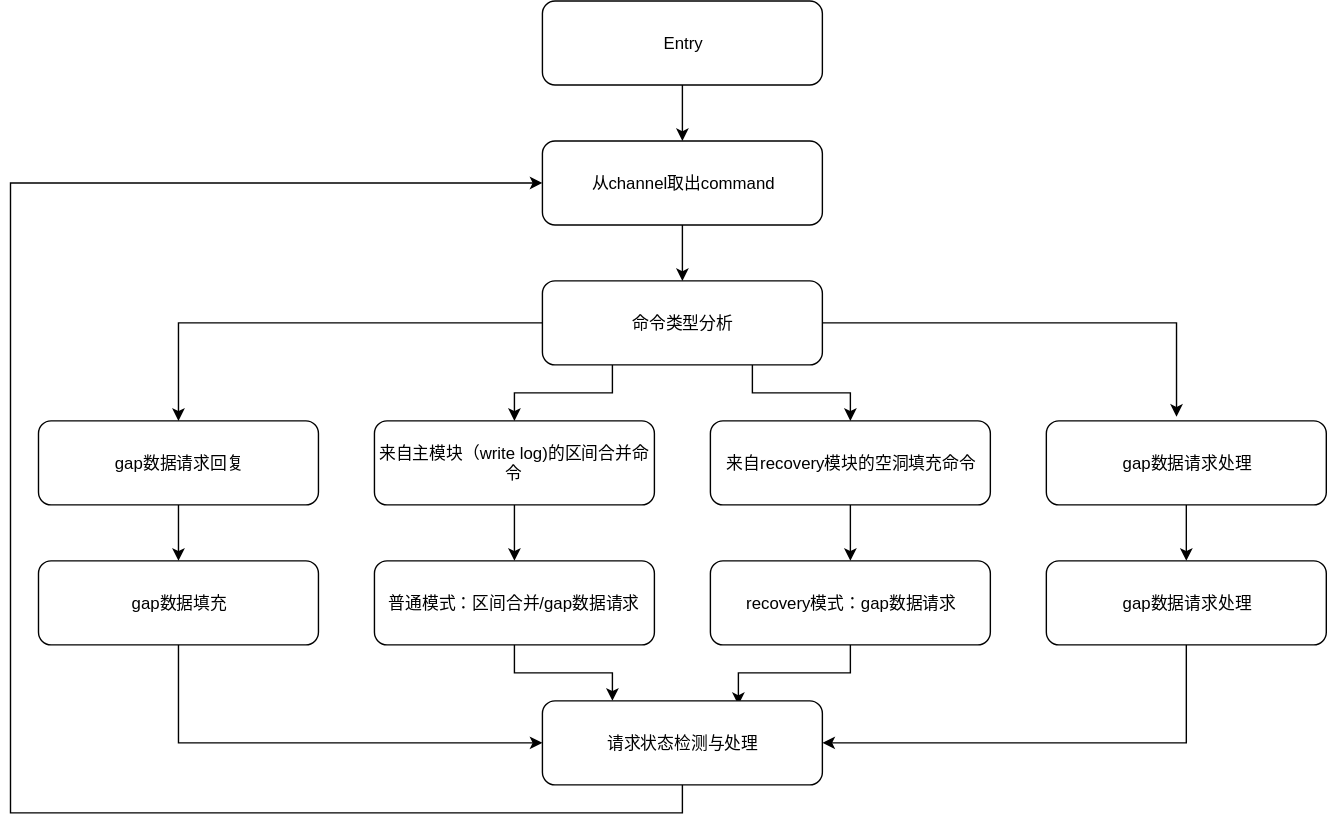
This is attachments/1629356917623.drawio.svg from simbahebinbo/smallfat.github.io, a draw.io export, as it was before one commit. Source tidied: cells renumbered, new cells last; positions are measured from the earlier drawing's top-left corner, leaving out a move shared by most shapes. Its diagram source:
```xml
<mxGraphModel>
  <root>
    <mxCell id="0" />
    <mxCell id="1" parent="0" />
    <mxCell id="2" style="edgeStyle=orthogonalEdgeStyle;rounded=0;jettySize=auto;html=1;" parent="1" edge="1" source="3" target="28">
      <mxGeometry relative="1" as="geometry" />
    </mxCell>
    <mxCell id="3" value="从channel取出command" style="rounded=1;whiteSpace=wrap;html=1;" parent="1" vertex="1">
      <mxGeometry x="380" y="100" width="200" height="60" as="geometry" />
    </mxCell>
    <mxCell id="4" style="edgeStyle=orthogonalEdgeStyle;rounded=0;jettySize=auto;html=1;" parent="1" edge="1" source="5" target="15">
      <mxGeometry relative="1" as="geometry" />
    </mxCell>
    <mxCell id="5" value="gap数据请求回复" style="rounded=1;whiteSpace=wrap;html=1;" parent="1" vertex="1">
      <mxGeometry x="20" y="300" width="200" height="60" as="geometry" />
    </mxCell>
    <mxCell id="6" style="edgeStyle=orthogonalEdgeStyle;rounded=0;jettySize=auto;html=1;" parent="1" edge="1" source="7" target="17">
      <mxGeometry relative="1" as="geometry" />
    </mxCell>
    <mxCell id="7" value="来自主模块（write log)的区间合并命令" style="rounded=1;whiteSpace=wrap;html=1;" parent="1" vertex="1">
      <mxGeometry x="260" y="300" width="200" height="60" as="geometry" />
    </mxCell>
    <mxCell id="8" style="edgeStyle=orthogonalEdgeStyle;rounded=0;jettySize=auto;html=1;" parent="1" edge="1" source="9" target="19">
      <mxGeometry relative="1" as="geometry" />
    </mxCell>
    <mxCell id="9" value="来自recovery模块的空洞填充命令" style="rounded=1;whiteSpace=wrap;html=1;" parent="1" vertex="1">
      <mxGeometry x="500" y="300" width="200" height="60" as="geometry" />
    </mxCell>
    <mxCell id="10" style="edgeStyle=orthogonalEdgeStyle;rounded=0;jettySize=auto;html=1;" parent="1" edge="1" source="11" target="21">
      <mxGeometry relative="1" as="geometry" />
    </mxCell>
    <mxCell id="11" value="gap数据请求处理" style="rounded=1;whiteSpace=wrap;html=1;" parent="1" vertex="1">
      <mxGeometry x="740" y="300" width="200" height="60" as="geometry" />
    </mxCell>
    <mxCell id="12" style="edgeStyle=orthogonalEdgeStyle;rounded=0;jettySize=auto;html=1;" parent="1" edge="1" source="13" target="3">
      <mxGeometry relative="1" as="geometry" />
    </mxCell>
    <mxCell id="13" value="Entry" style="rounded=1;whiteSpace=wrap;html=1;" parent="1" vertex="1">
      <mxGeometry x="380" width="200" height="60" as="geometry" />
    </mxCell>
    <mxCell id="14" style="edgeStyle=orthogonalEdgeStyle;rounded=0;jettySize=auto;html=1;entryX=0;entryY=0.5;entryDx=0;entryDy=0;" parent="1" edge="1" source="15" target="23">
      <mxGeometry relative="1" as="geometry">
        <Array as="points">
          <mxPoint x="120" y="530" />
        </Array>
      </mxGeometry>
    </mxCell>
    <mxCell id="15" value="gap数据填充" style="rounded=1;whiteSpace=wrap;html=1;" parent="1" vertex="1">
      <mxGeometry x="20" y="400" width="200" height="60" as="geometry" />
    </mxCell>
    <mxCell id="16" style="edgeStyle=orthogonalEdgeStyle;rounded=0;jettySize=auto;html=1;exitX=0.5;exitY=1;exitDx=0;exitDy=0;entryX=0.25;entryY=0;entryDx=0;entryDy=0;" parent="1" edge="1" source="17" target="23">
      <mxGeometry relative="1" as="geometry" />
    </mxCell>
    <mxCell id="17" value="普通模式：区间合并/gap数据请求" style="rounded=1;whiteSpace=wrap;html=1;" parent="1" vertex="1">
      <mxGeometry x="260" y="400" width="200" height="60" as="geometry" />
    </mxCell>
    <mxCell id="18" style="edgeStyle=orthogonalEdgeStyle;rounded=0;jettySize=auto;html=1;exitX=0.5;exitY=1;exitDx=0;exitDy=0;entryX=0.7;entryY=0.05;entryDx=0;entryDy=0;entryPerimeter=0;" parent="1" edge="1" source="19" target="23">
      <mxGeometry relative="1" as="geometry" />
    </mxCell>
    <mxCell id="19" value="recovery模式：gap数据请求" style="rounded=1;whiteSpace=wrap;html=1;" parent="1" vertex="1">
      <mxGeometry x="500" y="400" width="200" height="60" as="geometry" />
    </mxCell>
    <mxCell id="20" style="edgeStyle=orthogonalEdgeStyle;rounded=0;jettySize=auto;html=1;exitX=0.5;exitY=1;exitDx=0;exitDy=0;entryX=1;entryY=0.5;entryDx=0;entryDy=0;" parent="1" edge="1" source="21" target="23">
      <mxGeometry relative="1" as="geometry" />
    </mxCell>
    <mxCell id="21" value="gap数据请求处理" style="rounded=1;whiteSpace=wrap;html=1;" parent="1" vertex="1">
      <mxGeometry x="740" y="400" width="200" height="60" as="geometry" />
    </mxCell>
    <mxCell id="22" style="edgeStyle=orthogonalEdgeStyle;rounded=0;jettySize=auto;html=1;exitX=0.5;exitY=1;exitDx=0;exitDy=0;entryX=0;entryY=0.5;entryDx=0;entryDy=0;" parent="1" edge="1" source="23" target="3">
      <mxGeometry relative="1" as="geometry">
        <Array as="points">
          <mxPoint x="480" y="580" />
          <mxPoint y="580" />
          <mxPoint y="130" />
        </Array>
      </mxGeometry>
    </mxCell>
    <mxCell id="23" value="请求状态检测与处理" style="rounded=1;whiteSpace=wrap;html=1;" parent="1" vertex="1">
      <mxGeometry x="380" y="500" width="200" height="60" as="geometry" />
    </mxCell>
    <mxCell id="24" style="edgeStyle=orthogonalEdgeStyle;rounded=0;jettySize=auto;html=1;entryX=0.5;entryY=0;entryDx=0;entryDy=0;" parent="1" edge="1" source="28" target="5">
      <mxGeometry relative="1" as="geometry" />
    </mxCell>
    <mxCell id="25" style="edgeStyle=orthogonalEdgeStyle;rounded=0;jettySize=auto;html=1;exitX=0.25;exitY=1;exitDx=0;exitDy=0;" parent="1" edge="1" source="28" target="7">
      <mxGeometry relative="1" as="geometry" />
    </mxCell>
    <mxCell id="26" style="edgeStyle=orthogonalEdgeStyle;rounded=0;jettySize=auto;html=1;exitX=0.75;exitY=1;exitDx=0;exitDy=0;entryX=0.5;entryY=0;entryDx=0;entryDy=0;" parent="1" edge="1" source="28" target="9">
      <mxGeometry relative="1" as="geometry" />
    </mxCell>
    <mxCell id="27" style="edgeStyle=orthogonalEdgeStyle;rounded=0;jettySize=auto;html=1;exitX=1;exitY=0.5;exitDx=0;exitDy=0;entryX=0.465;entryY=-0.05;entryDx=0;entryDy=0;entryPerimeter=0;" parent="1" edge="1" source="28" target="11">
      <mxGeometry relative="1" as="geometry" />
    </mxCell>
    <mxCell id="28" value="命令类型分析" style="rounded=1;whiteSpace=wrap;html=1;" parent="1" vertex="1">
      <mxGeometry x="380" y="200" width="200" height="60" as="geometry" />
    </mxCell>
  </root>
</mxGraphModel>
```
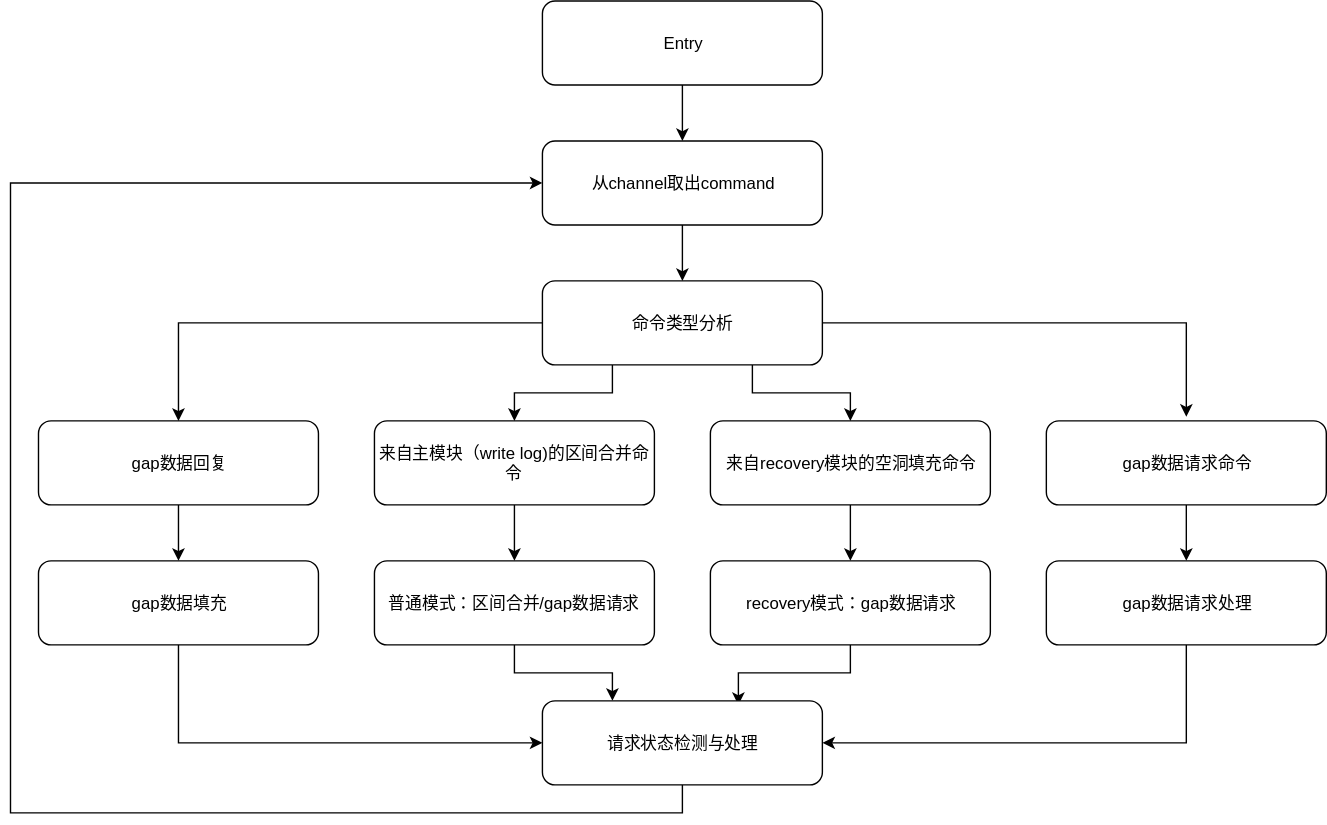
Later version of the same file.

Commit message:
添加附件 : attachments/1629356917623.drawio.svg

Change to the diagram source:
```diff
@@ -11,7 +11,7 @@
     <mxCell id="4" style="edgeStyle=orthogonalEdgeStyle;rounded=0;jettySize=auto;html=1;" parent="1" edge="1" source="5" target="15">
       <mxGeometry relative="1" as="geometry" />
     </mxCell>
-    <mxCell id="5" value="gap数据请求回复" style="rounded=1;whiteSpace=wrap;html=1;" parent="1" vertex="1">
+    <mxCell id="5" value="gap数据回复" style="rounded=1;whiteSpace=wrap;html=1;" parent="1" vertex="1">
       <mxGeometry x="20" y="300" width="200" height="60" as="geometry" />
     </mxCell>
     <mxCell id="6" style="edgeStyle=orthogonalEdgeStyle;rounded=0;jettySize=auto;html=1;" parent="1" edge="1" source="7" target="17">
@@ -29,7 +29,7 @@
     <mxCell id="10" style="edgeStyle=orthogonalEdgeStyle;rounded=0;jettySize=auto;html=1;" parent="1" edge="1" source="11" target="21">
       <mxGeometry relative="1" as="geometry" />
     </mxCell>
-    <mxCell id="11" value="gap数据请求处理" style="rounded=1;whiteSpace=wrap;html=1;" parent="1" vertex="1">
+    <mxCell id="11" value="gap数据请求命令" style="rounded=1;whiteSpace=wrap;html=1;" parent="1" vertex="1">
       <mxGeometry x="740" y="300" width="200" height="60" as="geometry" />
     </mxCell>
     <mxCell id="12" style="edgeStyle=orthogonalEdgeStyle;rounded=0;jettySize=auto;html=1;" parent="1" edge="1" source="13" target="3">
@@ -87,8 +87,10 @@
     <mxCell id="26" style="edgeStyle=orthogonalEdgeStyle;rounded=0;jettySize=auto;html=1;exitX=0.75;exitY=1;exitDx=0;exitDy=0;entryX=0.5;entryY=0;entryDx=0;entryDy=0;" parent="1" edge="1" source="28" target="9">
       <mxGeometry relative="1" as="geometry" />
     </mxCell>
-    <mxCell id="27" style="edgeStyle=orthogonalEdgeStyle;rounded=0;jettySize=auto;html=1;exitX=1;exitY=0.5;exitDx=0;exitDy=0;entryX=0.465;entryY=-0.05;entryDx=0;entryDy=0;entryPerimeter=0;" parent="1" edge="1" source="28" target="11">
-      <mxGeometry relative="1" as="geometry" />
+    <mxCell id="27" style="edgeStyle=orthogonalEdgeStyle;rounded=0;jettySize=auto;html=1;exitX=1;exitY=0.5;exitDx=0;exitDy=0;" parent="1" edge="1" source="28">
+      <mxGeometry relative="1" as="geometry">
+        <mxPoint x="840" y="297" as="targetPoint" />
+      </mxGeometry>
     </mxCell>
     <mxCell id="28" value="命令类型分析" style="rounded=1;whiteSpace=wrap;html=1;" parent="1" vertex="1">
       <mxGeometry x="380" y="200" width="200" height="60" as="geometry" />
```
